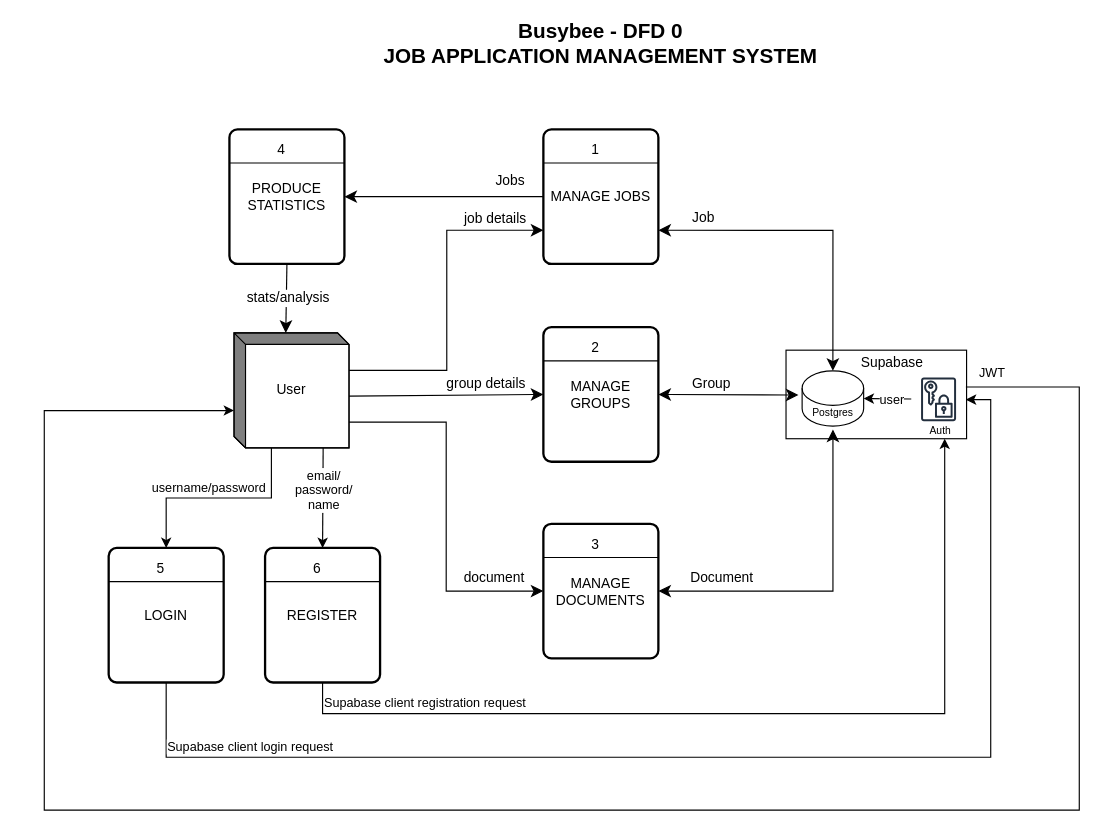
Masonluna/BusyBee keeps this draw.io diagram as page "dfd0-JobApplicationManagementSystem" (2 of 6) of Documentation/data-flow-diagrams/data-flow-diagram.drawio. Above is the earlier version. Source tidied: cells renumbered, new cells numbered last; positions are measured from the earlier drawing's top-left corner, leaving out a move shared by most shapes. Both pictures are drawn from the tidied source at 115%, with x=0, y=0 at pixel (44, 20).
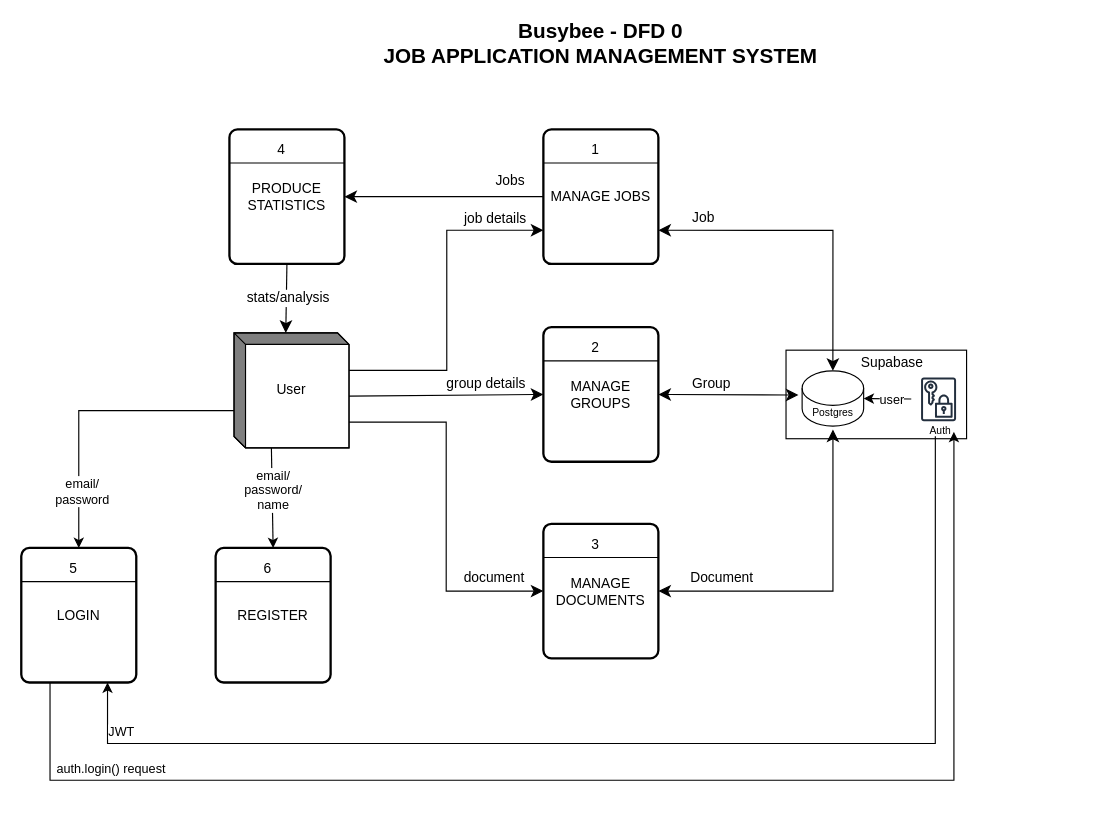
After the change.

The change refers to these unchanged cells:
```xml
<mxCell id="8" style="sketch=0;outlineConnect=0;fontColor=#232F3E;gradientColor=none;strokeColor=#232F3E;fillColor=#ffffff;dashed=0;verticalLabelPosition=bottom;verticalAlign=top;align=center;html=1;fontSize=12;fontStyle=0;shape=mxgraph.aws4.resourceIcon;resIcon=mxgraph.aws4.data_encryption_key;" parent="7" vertex="1">
  <mxGeometry x="3.9" width="47.5" height="47.5" as="geometry" />
</mxCell>
<mxCell id="9" value="&lt;font style=&quot;font-size: 9px;&quot;&gt;Auth&lt;/font&gt;" style="text;html=1;align=center;verticalAlign=middle;whiteSpace=wrap;rounded=0;" parent="7" vertex="1">
  <mxGeometry y="36.6" width="59" height="27.4" as="geometry" />
</mxCell>
<mxCell id="27" value="User" style="html=1;dashed=0;whiteSpace=wrap;shape=mxgraph.dfd.externalEntity;" parent="1" vertex="1">
  <mxGeometry x="165" y="272" width="100" height="100" as="geometry" />
</mxCell>
<mxCell id="49" value="LOGIN" style="rounded=1;whiteSpace=wrap;html=1;absoluteArcSize=1;arcSize=14;strokeWidth=2;" parent="48" vertex="1">
  <mxGeometry width="100" height="117" as="geometry" />
</mxCell>
<mxCell id="53" value="REGISTER" style="rounded=1;whiteSpace=wrap;html=1;absoluteArcSize=1;arcSize=14;strokeWidth=2;" parent="52" vertex="1">
  <mxGeometry width="100" height="117" as="geometry" />
</mxCell>
```

The edit, as a diff of the source:
```diff
@@
     <mxCell id="48" style="group;" parent="1" vertex="1">
-      <mxGeometry x="56" y="459" width="100" height="117" as="geometry" />
+      <mxGeometry x="-20" y="459" width="100" height="117" as="geometry" />
     </mxCell>
@@
     <mxCell id="52" style="group;" parent="1" vertex="1">
-      <mxGeometry x="192" y="459" width="100" height="117" as="geometry" />
+      <mxGeometry x="149" y="459" width="100" height="117" as="geometry" />
     </mxCell>
@@
-    <mxCell id="56" style="endArrow=classic;html=1;rounded=0;exitX=0;exitY=0;exitDx=32.5;exitDy=100;exitPerimeter=0;entryX=0.5;entryY=0;entryDx=0;entryDy=0;edgeStyle=orthogonalEdgeStyle;" parent="1" edge="1" source="27" target="49">
+    <mxCell id="56" style="endArrow=classic;html=1;rounded=0;exitX=0;exitY=0;exitDx=0;exitDy=67.5;exitPerimeter=0;entryX=0.5;entryY=0;entryDx=0;entryDy=0;edgeStyle=orthogonalEdgeStyle;" parent="1" edge="1" source="27" target="49">
       <mxGeometry relative="1" as="geometry" />
     </mxCell>
-    <mxCell id="57" value="username/password" style="edgeLabel;html=1;align=center;verticalAlign=middle;" parent="56" vertex="1">
+    <mxCell id="57" value="email/&lt;div&gt;password&lt;/div&gt;" style="edgeLabel;html=1;align=center;verticalAlign=middle;" parent="56" vertex="1">
       <mxGeometry x="0.11" relative="1" as="geometry">
-        <mxPoint y="-9" as="offset" />
+        <mxPoint x="2" y="64" as="offset" />
       </mxGeometry>
     </mxCell>
-    <mxCell id="58" style="endArrow=classic;html=1;rounded=0;exitX=0;exitY=0;exitDx=77.5;exitDy=100;exitPerimeter=0;entryX=0.5;entryY=0;entryDx=0;entryDy=0;" parent="1" edge="1" source="27" target="53">
+    <mxCell id="58" style="endArrow=classic;html=1;rounded=0;exitX=0;exitY=0;exitDx=32.5;exitDy=100;exitPerimeter=0;entryX=0.5;entryY=0;entryDx=0;entryDy=0;" parent="1" edge="1" source="27" target="53">
       <mxGeometry relative="1" as="geometry" />
     </mxCell>
@@
-    <mxCell id="60" style="endArrow=classic;html=1;rounded=0;exitX=0.5;exitY=1;exitDx=0;exitDy=0;edgeStyle=orthogonalEdgeStyle;" parent="1" edge="1" source="49" target="8">
-      <mxGeometry relative="1" as="geometry">
-        <Array as="points">
-          <mxPoint x="106" y="641" />
-          <mxPoint x="823" y="641" />
-          <mxPoint x="823" y="330" />
-        </Array>
-      </mxGeometry>
-    </mxCell>
-    <mxCell id="61" value="Supabase client login request" style="edgeLabel;html=1;align=center;verticalAlign=middle;" parent="60" vertex="1">
-      <mxGeometry x="-0.87" y="2" relative="1" as="geometry">
-        <mxPoint x="65" y="-8" as="offset" />
-      </mxGeometry>
-    </mxCell>
-    <mxCell id="62" style="endArrow=classic;html=1;rounded=0;exitX=0.5;exitY=1;exitDx=0;exitDy=0;entryX=0.559;entryY=0.781;entryDx=0;entryDy=0;entryPerimeter=0;edgeStyle=orthogonalEdgeStyle;" parent="1" edge="1" source="53" target="9">
-      <mxGeometry relative="1" as="geometry">
-        <Array as="points">
-          <mxPoint x="242" y="603" />
-          <mxPoint x="783" y="603" />
-        </Array>
-      </mxGeometry>
-    </mxCell>
-    <mxCell id="63" value="Supabase client registration request" style="edgeLabel;html=1;align=center;verticalAlign=middle;" parent="62" vertex="1">
-      <mxGeometry x="-0.86" y="3" relative="1" as="geometry">
-        <mxPoint x="59" y="-7" as="offset" />
-      </mxGeometry>
-    </mxCell>
-    <mxCell id="64" style="endArrow=classic;html=1;rounded=0;entryX=0;entryY=0;entryDx=0;entryDy=67.5;entryPerimeter=0;edgeStyle=orthogonalEdgeStyle;" parent="1" edge="1" source="8" target="27">
-      <mxGeometry relative="1" as="geometry">
-        <Array as="points">
-          <mxPoint x="900" y="319" />
-          <mxPoint x="900" y="687" />
-          <mxPoint y="687" />
-          <mxPoint y="340" />
-        </Array>
-      </mxGeometry>
-    </mxCell>
+    <mxCell id="66" style="endArrow=classic;html=1;rounded=0;exitX=0.25;exitY=1;exitDx=0;exitDy=0;entryX=0.695;entryY=0.563;entryDx=0;entryDy=0;entryPerimeter=0;edgeStyle=orthogonalEdgeStyle;" parent="1" edge="1" source="49" target="9">
+      <mxGeometry relative="1" as="geometry">
+        <Array as="points">
+          <mxPoint x="5" y="661" />
+          <mxPoint x="791" y="661" />
+        </Array>
+      </mxGeometry>
+    </mxCell>
+    <mxCell id="67" value="auth.login() request" style="edgeLabel;html=1;align=center;verticalAlign=middle;" parent="66" vertex="1">
+      <mxGeometry x="-0.83" y="6" relative="1" as="geometry">
+        <mxPoint x="37" y="-5" as="offset" />
+      </mxGeometry>
+    </mxCell>
+    <mxCell id="68" style="endArrow=classic;html=1;rounded=0;exitX=0.421;exitY=0.703;exitDx=0;exitDy=0;exitPerimeter=0;entryX=0.75;entryY=1;entryDx=0;entryDy=0;edgeStyle=orthogonalEdgeStyle;" parent="1" edge="1" source="9" target="49">
+      <mxGeometry relative="1" as="geometry">
+        <Array as="points">
+          <mxPoint x="775" y="629" />
+          <mxPoint x="55" y="629" />
+        </Array>
+      </mxGeometry>
+    </mxCell>
-    <mxCell id="65" value="JWT" style="edgeLabel;html=1;align=center;verticalAlign=middle;" parent="64" vertex="1">
-      <mxGeometry x="-0.95" y="-2" relative="1" as="geometry">
-        <mxPoint x="-25" y="-15" as="offset" />
+    <mxCell id="65" value="JWT" style="edgeLabel;html=1;align=center;verticalAlign=middle;" parent="68" vertex="1">
+      <mxGeometry x="0.83" y="-5" relative="1" as="geometry">
+        <mxPoint x="-23" y="-6" as="offset" />
       </mxGeometry>
     </mxCell>
```
